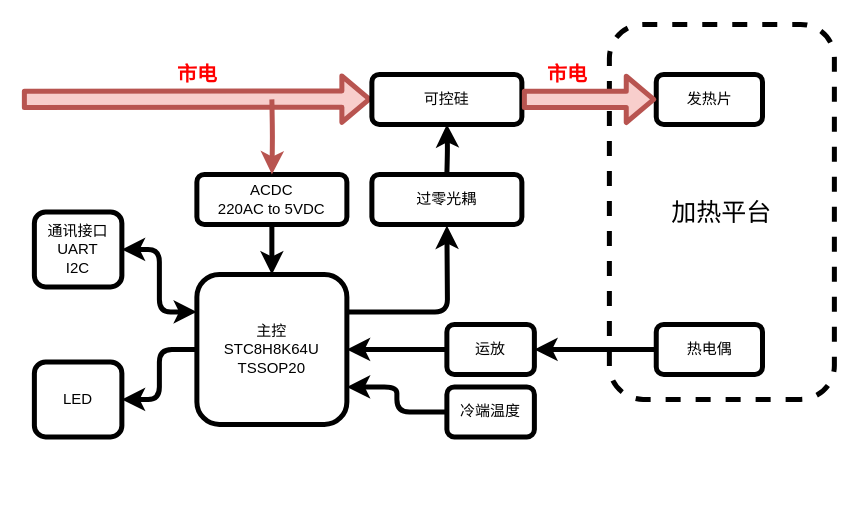
Earlier version of the draw.io diagram docs/system.drawio (ma6254/CowHeater). Source tidied: cells renumbered, new cells numbered last; positions are measured from the earlier drawing's top-left corner, leaving out a move shared by most shapes. Both pictures are drawn from the tidied source at 125%, with x=0, y=0 at pixel (21, 24).
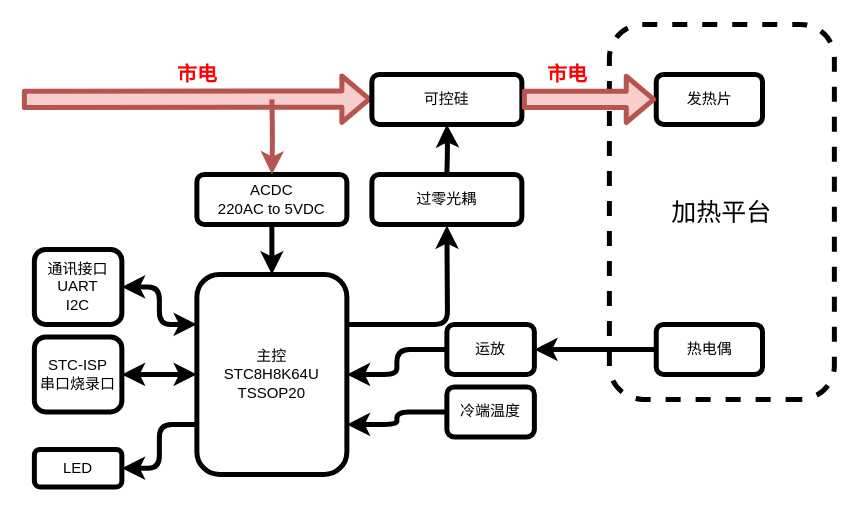
The same diagram, later.

Commit message (it also covers changes not shown here):
UPDTAE: Add STC-ISP serial flashing port to SBD

Change to the diagram source:
```diff
@@
-    <mxCell id="3" style="edgeStyle=orthogonalEdgeStyle;html=1;exitX=0.5;exitY=1;exitDx=0;exitDy=0;startArrow=classic;startFill=1;endArrow=none;endFill=0;strokeWidth=4;rounded=1;" parent="1" edge="1" source="4">
-      <mxGeometry relative="1" as="geometry">
-        <mxPoint x="199.7" y="320" as="targetPoint" />
-      </mxGeometry>
-    </mxCell>
     <mxCell id="4" value="主控&lt;br&gt;STC8H8K64U&lt;br&gt;TSSOP20" style="rounded=1;whiteSpace=wrap;glass=0;shadow=0;fillStyle=solid;labelBorderColor=none;fontStyle=0;strokeWidth=4;fontFamily=微软雅黑;fontColor=default;html=1;" parent="1" vertex="1">
-      <mxGeometry x="140" y="200" width="120" height="120" as="geometry" />
+      <mxGeometry x="140" y="200" width="120" height="160" as="geometry" />
     </mxCell>
@@
     <mxCell id="19" value="通讯接口&lt;br&gt;UART&lt;br&gt;I2C" style="whiteSpace=wrap;html=1;fontFamily=微软雅黑;rounded=1;glass=0;shadow=0;fillStyle=solid;labelBorderColor=none;fontStyle=0;strokeWidth=4;" parent="1" vertex="1">
-      <mxGeometry x="10" y="150" width="70" height="60" as="geometry" />
+      <mxGeometry x="10" y="180" width="70" height="60" as="geometry" />
     </mxCell>
@@
-    <mxCell id="23" style="edgeStyle=orthogonalEdgeStyle;html=1;entryX=0;entryY=0.5;entryDx=0;entryDy=0;strokeWidth=4;startArrow=classic;startFill=1;endArrow=none;endFill=0;rounded=1;" parent="1" edge="1" source="24" target="4">
+    <mxCell id="23" style="edgeStyle=orthogonalEdgeStyle;html=1;entryX=0;entryY=0.75;entryDx=0;entryDy=0;strokeWidth=4;startArrow=classic;startFill=1;endArrow=none;endFill=0;rounded=1;" parent="1" edge="1" source="24" target="4">
       <mxGeometry relative="1" as="geometry" />
     </mxCell>
     <mxCell id="24" value="LED" style="whiteSpace=wrap;html=1;fontFamily=微软雅黑;rounded=1;glass=0;shadow=0;fillStyle=solid;labelBorderColor=none;fontStyle=0;strokeWidth=4;" parent="1" vertex="1">
-      <mxGeometry x="10" y="270" width="70" height="60" as="geometry" />
+      <mxGeometry x="10" y="340" width="70" height="30" as="geometry" />
     </mxCell>
+    <mxCell id="25" style="edgeStyle=orthogonalEdgeStyle;html=1;exitX=1;exitY=0.5;exitDx=0;exitDy=0;entryX=0;entryY=0.5;entryDx=0;entryDy=0;strokeWidth=4;startArrow=classic;startFill=1;" parent="1" edge="1" source="26" target="4">
+      <mxGeometry relative="1" as="geometry" />
+    </mxCell>
+    <mxCell id="26" value="STC-ISP&lt;br&gt;串口烧录口" style="whiteSpace=wrap;html=1;fontFamily=微软雅黑;rounded=1;glass=0;shadow=0;fillStyle=solid;labelBorderColor=none;fontStyle=0;strokeWidth=4;" parent="1" vertex="1">
+      <mxGeometry x="10" y="250" width="70" height="60" as="geometry" />
+    </mxCell>
```
